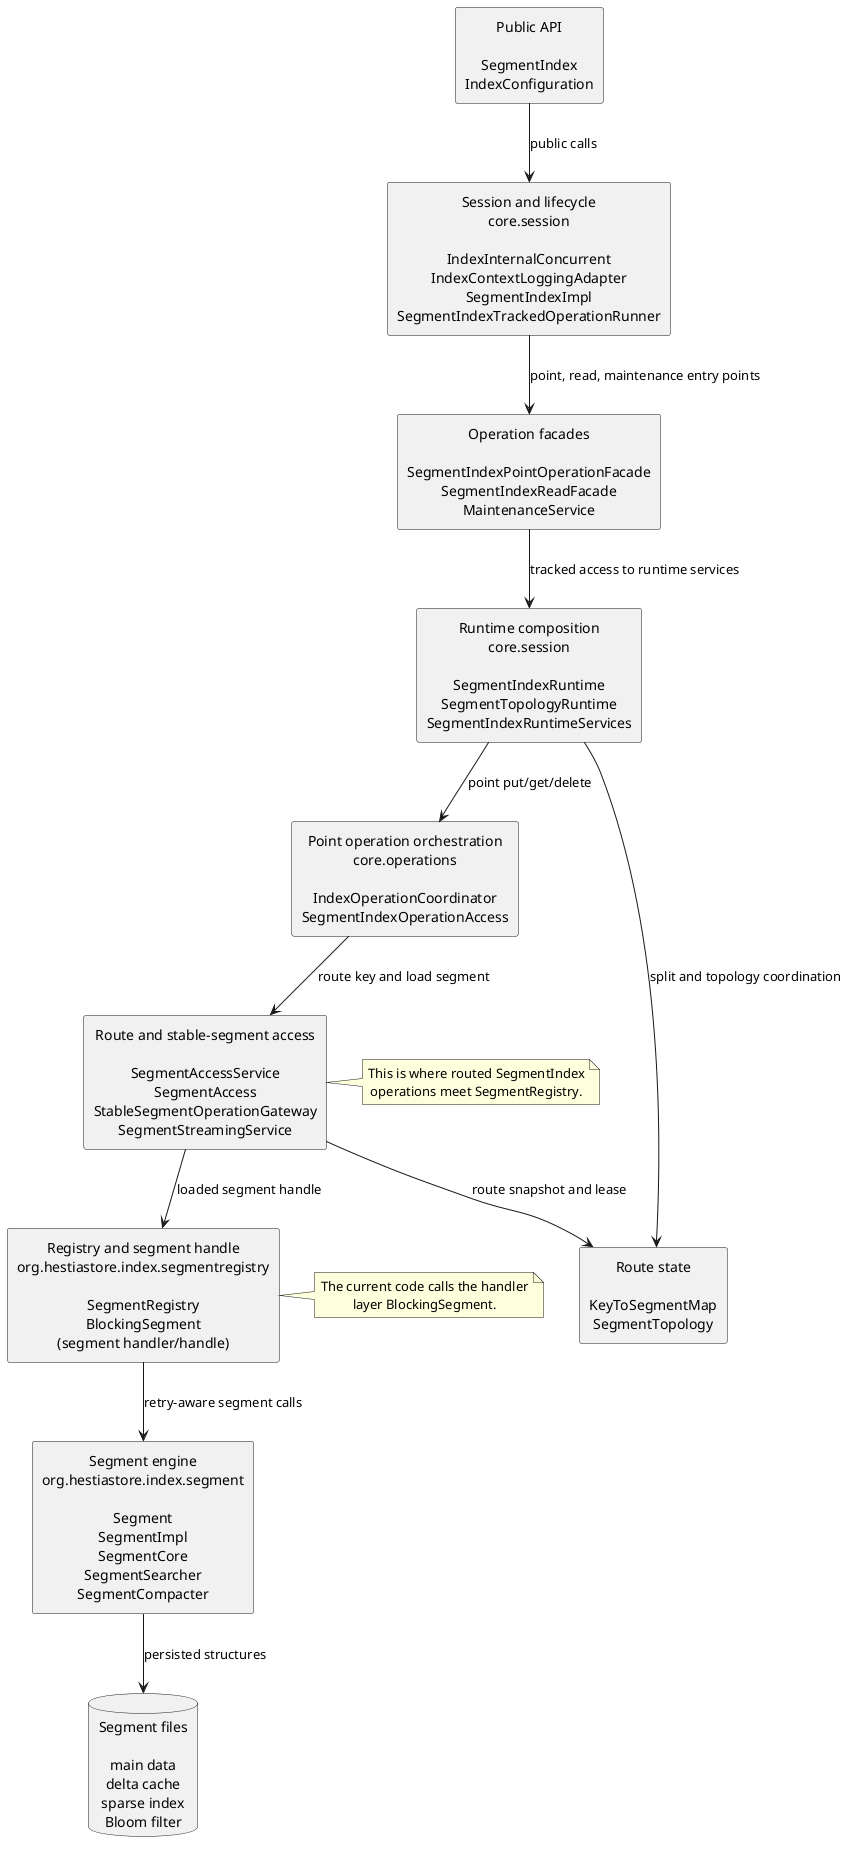
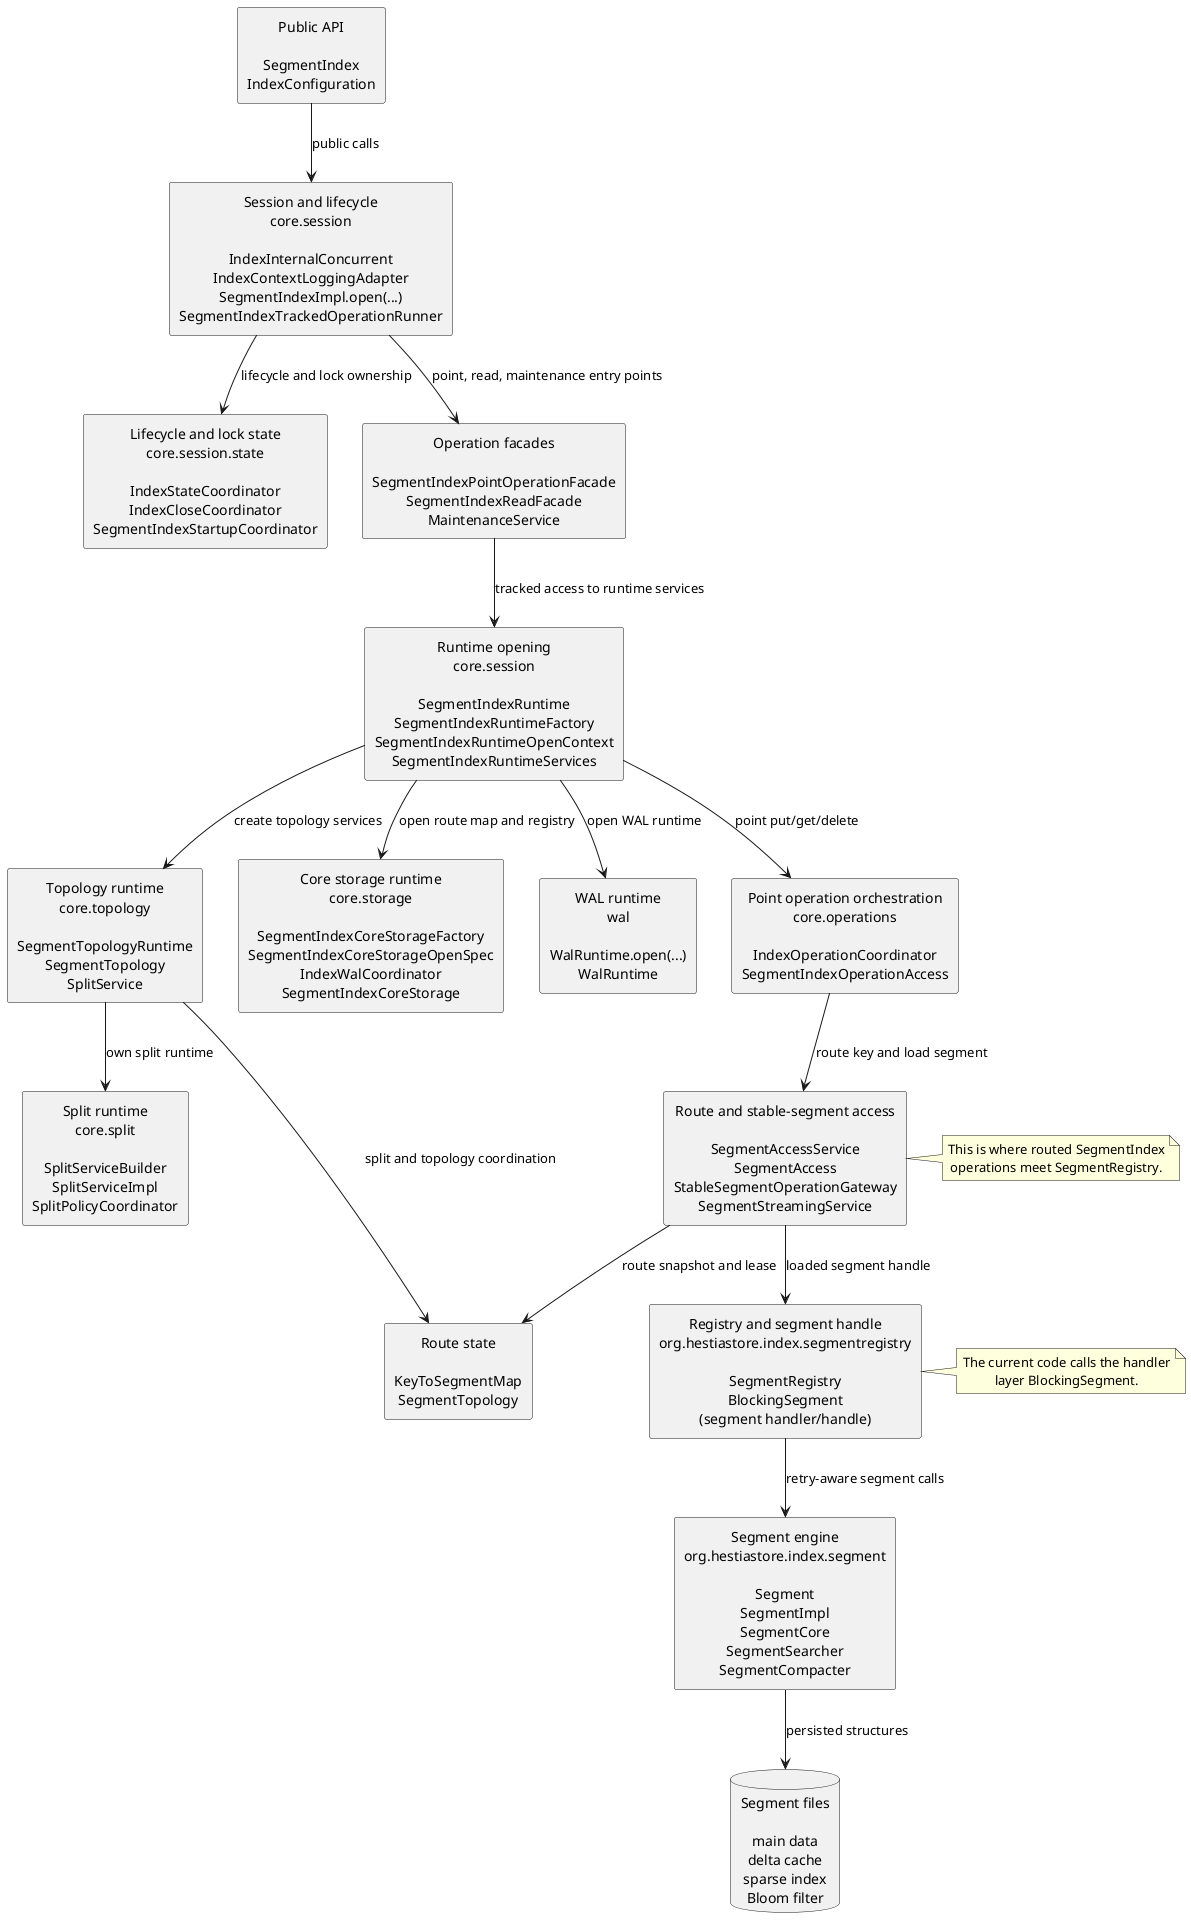
- @startuml
+ @startuml implementation layers
skinparam componentStyle rectangle
skinparam shadowing false
skinparam defaultTextAlignment center
top to bottom direction

component "Public API\n\nSegmentIndex\nIndexConfiguration" as API

- component "Session and lifecycle\ncore.session\n\nIndexInternalConcurrent\nIndexContextLoggingAdapter\nSegmentIndexImpl\nSegmentIndexTrackedOperationRunner" as SESSION
+ component "Session and lifecycle\ncore.session\n\nIndexInternalConcurrent\nIndexContextLoggingAdapter\nSegmentIndexImpl.open(...)\nSegmentIndexTrackedOperationRunner" as SESSION
+ 
+ component "Lifecycle and lock state\ncore.session.state\n\nIndexStateCoordinator\nIndexCloseCoordinator\nSegmentIndexStartupCoordinator" as SESSION_STATE

component "Operation facades\n\nSegmentIndexPointOperationFacade\nSegmentIndexReadFacade\nMaintenanceService" as FACADES

- component "Runtime composition\ncore.session\n\nSegmentIndexRuntime\nSegmentTopologyRuntime\nSegmentIndexRuntimeServices" as RUNTIME
+ component "Runtime opening\ncore.session\n\nSegmentIndexRuntime\nSegmentIndexRuntimeFactory\nSegmentIndexRuntimeOpenContext\nSegmentIndexRuntimeServices" as RUNTIME
+ 
+ component "Topology runtime\ncore.topology\n\nSegmentTopologyRuntime\nSegmentTopology\nSplitService" as TOPOLOGY_RUNTIME
+ 
+ component "Core storage runtime\ncore.storage\n\nSegmentIndexCoreStorageFactory\nSegmentIndexCoreStorageOpenSpec\nIndexWalCoordinator\nSegmentIndexCoreStorage" as CORE_STORAGE
+ 
+ component "Split runtime\ncore.split\n\nSplitServiceBuilder\nSplitServiceImpl\nSplitPolicyCoordinator" as SPLIT_RUNTIME
+ 
+ component "WAL runtime\nwal\n\nWalRuntime.open(...)\nWalRuntime" as WAL_RUNTIME

component "Point operation orchestration\ncore.operations\n\nIndexOperationCoordinator\nSegmentIndexOperationAccess" as OPERATIONS

component "Route and stable-segment access\n\nSegmentAccessService\nSegmentAccess\nStableSegmentOperationGateway\nSegmentStreamingService" as ACCESS

component "Route state\n\nKeyToSegmentMap\nSegmentTopology" as ROUTE

component "Registry and segment handle\norg.hestiastore.index.segmentregistry\n\nSegmentRegistry\nBlockingSegment\n(segment handler/handle)" as REGISTRY

component "Segment engine\norg.hestiastore.index.segment\n\nSegment\nSegmentImpl\nSegmentCore\nSegmentSearcher\nSegmentCompacter" as SEGMENT

database "Segment files\n\nmain data\ndelta cache\nsparse index\nBloom filter" as FILES

API --> SESSION : public calls
+ SESSION --> SESSION_STATE : lifecycle and lock ownership
SESSION --> FACADES : point, read, maintenance entry points
FACADES --> RUNTIME : tracked access to runtime services
+ RUNTIME --> CORE_STORAGE : open route map and registry
+ RUNTIME --> TOPOLOGY_RUNTIME : create topology services
+ TOPOLOGY_RUNTIME --> SPLIT_RUNTIME : own split runtime
+ RUNTIME --> WAL_RUNTIME : open WAL runtime
RUNTIME --> OPERATIONS : point put/get/delete
OPERATIONS --> ACCESS : route key and load segment
ACCESS --> REGISTRY : loaded segment handle
REGISTRY --> SEGMENT : retry-aware segment calls
SEGMENT --> FILES : persisted structures

ACCESS --> ROUTE : route snapshot and lease
- RUNTIME --> ROUTE : split and topology coordination
+ TOPOLOGY_RUNTIME --> ROUTE : split and topology coordination

note right of ACCESS
This is where routed SegmentIndex
operations meet SegmentRegistry.
end note

note right of REGISTRY
The current code calls the handler
layer BlockingSegment.
end note

@enduml
